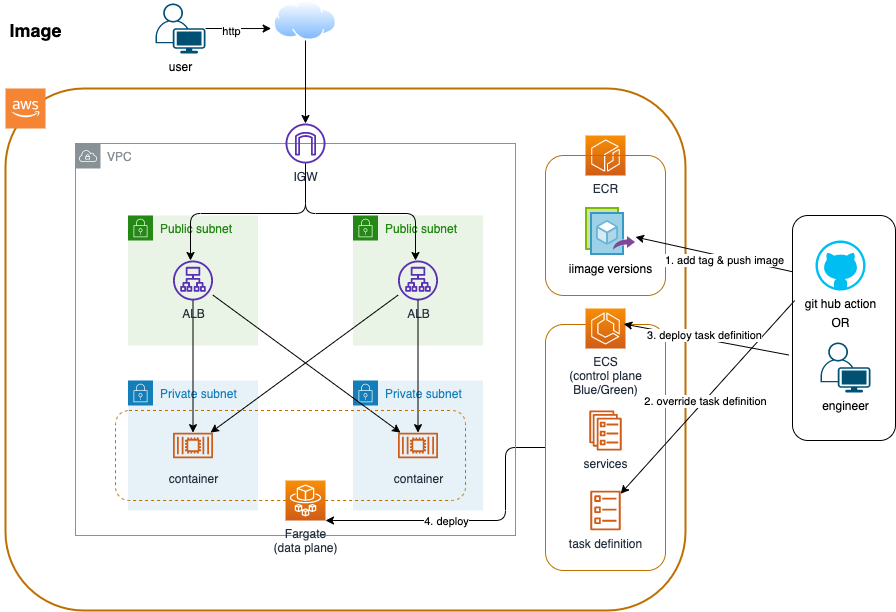
This is sample/modules/computing/fargate_alb/image.drawio.png from tomoki171923/terraform-aws, a draw.io export, as it was before one commit. Source tidied: cells renumbered, new cells last; positions are measured from the earlier drawing's top-left corner, leaving out a move shared by most shapes.
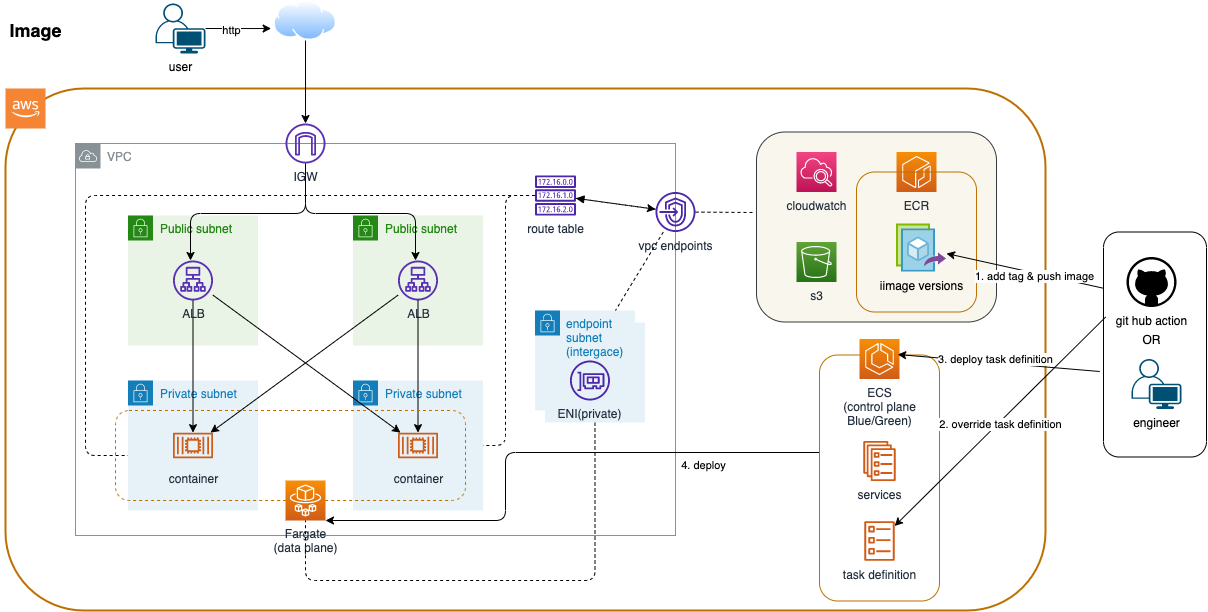
After the commit.

Change to the diagram source:
```diff
@@ -3,27 +3,33 @@
     <mxCell id="0" />
     <mxCell id="1" parent="0" />
     <mxCell id="2" style="whiteSpace=wrap;html=1;fontColor=#000000;strokeColor=#BD7000;strokeWidth=2;rounded=1;fillColor=none;" parent="1" vertex="1">
-      <mxGeometry x="5" y="88" width="680" height="522" as="geometry" />
+      <mxGeometry x="5" y="88" width="1040" height="522" as="geometry" />
     </mxCell>
+    <mxCell id="46" style="whiteSpace=wrap;html=1;rounded=1;strokeWidth=1;fillColor=none;strokeColor=#000000;" parent="1" vertex="1">
+      <mxGeometry x="1103" y="231.5" width="103" height="225" as="geometry" />
+    </mxCell>
+    <mxCell id="48" style="whiteSpace=wrap;html=1;rounded=1;strokeWidth=1;strokeColor=#36393d;fillColor=#f9f7ed;" parent="1" vertex="1">
+      <mxGeometry x="756" y="131.5" width="240" height="190" as="geometry" />
+    </mxCell>
+    <mxCell id="6" value="VPC" style="gradientColor=none;html=1;whiteSpace=wrap;fontSize=12;fontStyle=0;shape=mxgraph.aws4.group;grIcon=mxgraph.aws4.group_vpc;strokeColor=#879196;fillColor=none;verticalAlign=top;align=left;spacingLeft=30;fontColor=#879196;dashed=0;" parent="1" vertex="1">
+      <mxGeometry x="75" y="143" width="600" height="392" as="geometry" />
+    </mxCell>
-    <mxCell id="3" style="edgeStyle=orthogonalEdgeStyle;jettySize=auto;html=1;labelBackgroundColor=#000000;fontColor=#000000;strokeColor=#000000;exitX=0;exitY=0.5;exitDx=0;exitDy=0;" parent="1" edge="1" source="5" target="43">
+    <mxCell id="3" style="edgeStyle=orthogonalEdgeStyle;jettySize=auto;html=1;labelBackgroundColor=#000000;fontColor=#000000;strokeColor=#000000;" parent="1" edge="1" source="5" target="43">
       <mxGeometry relative="1" as="geometry">
         <Array as="points">
-          <mxPoint x="505" y="447" />
+          <mxPoint x="505" y="452" />
           <mxPoint x="505" y="520" />
         </Array>
       </mxGeometry>
     </mxCell>
     <mxCell id="4" value="&lt;span style=&quot;background-color: rgb(255 , 255 , 255)&quot;&gt;4. deploy&lt;/span&gt;" style="edgeLabel;html=1;align=center;verticalAlign=middle;fontColor=#000000;" parent="3" vertex="1">
       <mxGeometry x="-0.88" y="-1" relative="1" as="geometry">
-        <mxPoint x="-82" y="74" as="offset" />
+        <mxPoint x="-82" y="14" as="offset" />
       </mxGeometry>
     </mxCell>
     <mxCell id="5" style="whiteSpace=wrap;html=1;rounded=1;strokeWidth=1;strokeColor=#BD7000;fontColor=#000000;fillColor=none;" parent="1" vertex="1">
-      <mxGeometry x="545" y="324" width="120" height="246" as="geometry" />
+      <mxGeometry x="819" y="354.5" width="120" height="246" as="geometry" />
     </mxCell>
-    <mxCell id="6" value="VPC" style="gradientColor=none;html=1;whiteSpace=wrap;fontSize=12;fontStyle=0;shape=mxgraph.aws4.group;grIcon=mxgraph.aws4.group_vpc;strokeColor=#879196;fillColor=none;verticalAlign=top;align=left;spacingLeft=30;fontColor=#879196;dashed=0;" parent="1" vertex="1">
-      <mxGeometry x="75" y="143" width="440" height="392" as="geometry" />
-    </mxCell>
     <mxCell id="7" value="Public subnet" style="gradientColor=none;html=1;whiteSpace=wrap;fontSize=12;fontStyle=0;shape=mxgraph.aws4.group;grIcon=mxgraph.aws4.group_security_group;grStroke=0;strokeColor=#248814;fillColor=#E9F3E6;verticalAlign=top;align=left;spacingLeft=30;fontColor=#248814;dashed=0;" parent="1" vertex="1">
       <mxGeometry x="127.5" y="215" width="130" height="130" as="geometry" />
     </mxCell>
@@ -34,7 +40,7 @@
       <mxGeometry x="127.5" y="380" width="130" height="130" as="geometry" />
     </mxCell>
     <mxCell id="10" value="ECR" style="fontColor=#232F3E;gradientColor=#F78E04;gradientDirection=north;fillColor=#D05C17;strokeColor=#ffffff;dashed=0;verticalLabelPosition=bottom;verticalAlign=top;align=center;html=1;fontSize=12;fontStyle=0;shape=mxgraph.aws4.resourceIcon;resIcon=mxgraph.aws4.ecr;" parent="1" vertex="1">
-      <mxGeometry x="585" y="135" width="40" height="40" as="geometry" />
+      <mxGeometry x="896" y="151.5" width="40" height="40" as="geometry" />
     </mxCell>
     <mxCell id="11" style="jettySize=auto;html=1;labelBackgroundColor=#000000;fontColor=#000000;strokeColor=#000000;" parent="1" edge="1" source="12" target="16">
       <mxGeometry relative="1" as="geometry" />
@@ -80,7 +86,7 @@
       <mxGeometry x="172.5" y="260" width="40" height="40" as="geometry" />
     </mxCell>
     <mxCell id="22" value="ECS&lt;br&gt;(control plane&lt;br&gt;Blue/Green)" style="fontColor=#232F3E;gradientColor=#F78E04;gradientDirection=north;fillColor=#D05C17;strokeColor=#ffffff;dashed=0;verticalLabelPosition=bottom;verticalAlign=top;align=center;html=1;fontSize=12;fontStyle=0;shape=mxgraph.aws4.resourceIcon;resIcon=mxgraph.aws4.ecs;" parent="1" vertex="1">
-      <mxGeometry x="585" y="308" width="40" height="40" as="geometry" />
+      <mxGeometry x="859" y="338.5" width="40" height="40" as="geometry" />
     </mxCell>
     <mxCell id="23" style="edgeStyle=orthogonalEdgeStyle;rounded=1;jettySize=auto;html=1;labelBackgroundColor=#000000;fontColor=#000000;strokeColor=#000000;exitX=0.5;exitY=1;exitDx=0;exitDy=0;" parent="1" edge="1" source="24" target="15">
       <mxGeometry relative="1" as="geometry" />
@@ -95,16 +101,16 @@
       <mxGeometry x="5" y="88" width="40" height="40" as="geometry" />
     </mxCell>
     <mxCell id="27" value="services" style="fontColor=#232F3E;gradientColor=none;fillColor=#D05C17;strokeColor=none;dashed=0;verticalLabelPosition=bottom;verticalAlign=top;align=center;html=1;fontSize=12;fontStyle=0;shape=mxgraph.aws4.ecs_service;rounded=1;" parent="1" vertex="1">
-      <mxGeometry x="588.6" y="410" width="32.8" height="40" as="geometry" />
+      <mxGeometry x="862.6" y="440.5" width="32.8" height="40" as="geometry" />
     </mxCell>
     <mxCell id="28" value="task definition" style="outlineConnect=0;fontColor=#232F3E;gradientColor=none;fillColor=#D05C17;strokeColor=none;dashed=0;verticalLabelPosition=bottom;verticalAlign=top;align=center;html=1;fontSize=12;fontStyle=0;shape=mxgraph.aws4.ecs_task;rounded=1;" parent="1" vertex="1">
-      <mxGeometry x="589.9" y="490" width="30.3" height="40" as="geometry" />
+      <mxGeometry x="863.9" y="520.5" width="30.3" height="40" as="geometry" />
     </mxCell>
     <mxCell id="29" style="whiteSpace=wrap;html=1;rounded=1;strokeWidth=1;strokeColor=#BD7000;fontColor=#000000;fillColor=none;" parent="1" vertex="1">
-      <mxGeometry x="545" y="155" width="120" height="140" as="geometry" />
+      <mxGeometry x="856" y="171.5" width="120" height="140" as="geometry" />
     </mxCell>
-    <mxCell id="30" value="&lt;span style=&quot;background-color: rgb(255 , 255 , 255)&quot;&gt;iimage versions&lt;/span&gt;" style="html=1;points=[];align=center;image;fontSize=12;image=img/lib/mscae/Image_Versions.svg;rounded=1;fontColor=#000000;strokeColor=#000000;strokeWidth=1;fillColor=none;" parent="1" vertex="1">
-      <mxGeometry x="585" y="207" width="50" height="48" as="geometry" />
+    <mxCell id="30" value="iimage versions" style="html=1;points=[];align=center;image;fontSize=12;image=img/lib/mscae/Image_Versions.svg;rounded=1;fontColor=#000000;strokeColor=#000000;strokeWidth=1;fillColor=none;imageBackground=none;labelBorderColor=none;labelBackgroundColor=none;" parent="1" vertex="1">
+      <mxGeometry x="896" y="223.5" width="50" height="48" as="geometry" />
     </mxCell>
     <mxCell id="31" style="edgeStyle=none;jettySize=auto;html=1;entryX=-0.041;entryY=0.701;entryDx=0;entryDy=0;entryPerimeter=0;labelBackgroundColor=#000000;fontColor=#000000;strokeColor=#000000;" parent="1" edge="1" source="33" target="24">
       <mxGeometry relative="1" as="geometry" />
@@ -116,9 +122,9 @@
       <mxGeometry x="155" y="3" width="50" height="50" as="geometry" />
     </mxCell>
     <mxCell id="34" style="group;" parent="1" vertex="1">
-      <mxGeometry x="815" y="240" width="55" height="152" as="geometry" />
+      <mxGeometry x="1126" y="256.5" width="55" height="152" as="geometry" />
     </mxCell>
-    <mxCell id="35" value="git hub action" style="verticalLabelPosition=bottom;html=1;verticalAlign=top;align=center;strokeColor=none;fillColor=#00BEF2;shape=mxgraph.azure.github_code;rounded=1;fontColor=#000000;" parent="34" vertex="1">
+    <mxCell id="35" value="git hub action" style="verticalLabelPosition=bottom;html=1;verticalAlign=top;align=center;strokeColor=none;fillColor=#000000;shape=mxgraph.azure.github_code;rounded=1;fontColor=#000000;" parent="34" vertex="1">
       <mxGeometry width="50" height="50" as="geometry" />
     </mxCell>
     <mxCell id="36" value="OR" style="text;html=1;align=center;verticalAlign=middle;strokeColor=none;fontColor=#000000;" parent="34" vertex="1">
@@ -155,11 +161,70 @@
     <mxCell id="45" value="&lt;span style=&quot;background-color: rgb(255 , 255 , 255)&quot;&gt;3. deploy task definition&lt;/span&gt;" style="edgeLabel;html=1;align=center;verticalAlign=middle;fontColor=#000000;" parent="44" vertex="1">
       <mxGeometry x="0.04" y="-4" relative="1" as="geometry" />
     </mxCell>
-    <mxCell id="46" style="whiteSpace=wrap;html=1;rounded=1;strokeWidth=1;fillColor=none;strokeColor=#000000;" parent="1" vertex="1">
-      <mxGeometry x="792" y="215" width="103" height="225" as="geometry" />
-    </mxCell>
     <mxCell id="47" value="&lt;font color=&quot;#000000&quot;&gt;&lt;span style=&quot;font-size: 18px&quot;&gt;&lt;b&gt;Image&lt;/b&gt;&lt;/span&gt;&lt;/font&gt;" style="text;html=1;align=center;verticalAlign=middle;strokeColor=none;" parent="1" vertex="1">
       <mxGeometry y="20" width="70" height="20" as="geometry" />
     </mxCell>
+    <mxCell id="49" style="edgeStyle=none;html=1;dashed=1;fontColor=#000000;startArrow=none;startFill=0;strokeColor=#000000;endArrow=none;endFill=0;" parent="1" edge="1" source="50">
+      <mxGeometry relative="1" as="geometry">
+        <mxPoint x="755" y="212" as="targetPoint" />
+      </mxGeometry>
+    </mxCell>
+    <mxCell id="50" value="vpc endpoints" style="sketch=0;outlineConnect=0;fontColor=#232F3E;gradientColor=none;fillColor=#4D27AA;strokeColor=none;dashed=0;verticalLabelPosition=bottom;verticalAlign=top;align=center;html=1;fontSize=12;fontStyle=0;shape=mxgraph.aws4.endpoints;" parent="1" vertex="1">
+      <mxGeometry x="655" y="191.5" width="40" height="40" as="geometry" />
+    </mxCell>
+    <mxCell id="51" value="cloudwatch" style="sketch=0;fontColor=#232F3E;gradientColor=#F34482;gradientDirection=north;fillColor=#BC1356;strokeColor=#ffffff;dashed=0;verticalLabelPosition=bottom;verticalAlign=top;align=center;html=1;fontSize=12;fontStyle=0;shape=mxgraph.aws4.resourceIcon;resIcon=mxgraph.aws4.cloudwatch_2;" parent="1" vertex="1">
+      <mxGeometry x="796" y="151.5" width="40" height="40" as="geometry" />
+    </mxCell>
+    <mxCell id="52" value="s3" style="sketch=0;fontColor=#232F3E;gradientColor=#60A337;gradientDirection=north;fillColor=#277116;strokeColor=#ffffff;dashed=0;verticalLabelPosition=bottom;verticalAlign=top;align=center;html=1;fontSize=12;fontStyle=0;shape=mxgraph.aws4.resourceIcon;resIcon=mxgraph.aws4.s3;" parent="1" vertex="1">
+      <mxGeometry x="796" y="241.5" width="40" height="40" as="geometry" />
+    </mxCell>
+    <mxCell id="53" style="edgeStyle=orthogonalEdgeStyle;jettySize=auto;html=1;labelBackgroundColor=#000000;fontColor=#000000;strokeColor=#000000;dashed=1;startArrow=none;startFill=0;exitX=0.5;exitY=1;exitDx=0;exitDy=0;endArrow=none;endFill=0;" parent="1" edge="1" source="57" target="43">
+      <mxGeometry relative="1" as="geometry">
+        <Array as="points">
+          <mxPoint x="595" y="580" />
+          <mxPoint x="305" y="580" />
+        </Array>
+      </mxGeometry>
+    </mxCell>
+    <mxCell id="54" style="edgeStyle=none;html=1;dashed=1;fontColor=#000000;startArrow=block;startFill=1;" parent="1" edge="1" source="55" target="50">
+      <mxGeometry relative="1" as="geometry" />
+    </mxCell>
+    <mxCell id="55" value="route table" style="sketch=0;outlineConnect=0;fontColor=#232F3E;gradientColor=none;fillColor=#4D27AA;strokeColor=none;dashed=0;verticalLabelPosition=bottom;verticalAlign=top;align=center;html=1;fontSize=12;fontStyle=0;shape=mxgraph.aws4.route_table;labelBackgroundColor=none;labelBorderColor=none;" parent="1" vertex="1">
+      <mxGeometry x="534.5" y="175" width="41.1" height="40" as="geometry" />
+    </mxCell>
+    <mxCell id="56" style="group;" parent="1" vertex="1">
+      <mxGeometry x="534.5" y="310" width="110" height="112" as="geometry" />
+    </mxCell>
+    <mxCell id="57" value="endpoint subnet" style="points=[[0,0],[0.25,0],[0.5,0],[0.75,0],[1,0],[1,0.25],[1,0.5],[1,0.75],[1,1],[0.75,1],[0.5,1],[0.25,1],[0,1],[0,0.75],[0,0.5],[0,0.25]];outlineConnect=0;gradientColor=none;html=1;whiteSpace=wrap;fontSize=12;fontStyle=0;shape=mxgraph.aws4.group;grIcon=mxgraph.aws4.group_security_group;grStroke=0;strokeColor=#147EBA;fillColor=#E6F2F8;verticalAlign=top;align=left;spacingLeft=30;fontColor=#147EBA;dashed=0;" parent="56" vertex="1">
+      <mxGeometry x="10" y="12" width="100" height="100" as="geometry" />
+    </mxCell>
+    <mxCell id="58" value="endpoint subnet&lt;br&gt;(intergace)" style="points=[[0,0],[0.25,0],[0.5,0],[0.75,0],[1,0],[1,0.25],[1,0.5],[1,0.75],[1,1],[0.75,1],[0.5,1],[0.25,1],[0,1],[0,0.75],[0,0.5],[0,0.25]];outlineConnect=0;gradientColor=none;html=1;whiteSpace=wrap;fontSize=12;fontStyle=0;shape=mxgraph.aws4.group;grIcon=mxgraph.aws4.group_security_group;grStroke=0;strokeColor=#147EBA;fillColor=#E6F2F8;verticalAlign=top;align=left;spacingLeft=30;fontColor=#147EBA;dashed=0;" parent="56" vertex="1">
+      <mxGeometry width="100" height="100" as="geometry" />
+    </mxCell>
+    <mxCell id="59" value="ENI(private)" style="sketch=0;fontColor=#232F3E;gradientColor=none;fillColor=#4D27AA;strokeColor=none;dashed=0;verticalLabelPosition=bottom;verticalAlign=top;align=center;html=1;fontSize=12;fontStyle=0;shape=mxgraph.aws4.elastic_network_interface;labelBackgroundColor=none;labelBorderColor=none;" parent="56" vertex="1">
+      <mxGeometry x="35" y="50" width="40" height="40" as="geometry" />
+    </mxCell>
+    <mxCell id="60" style="edgeStyle=none;html=1;dashed=1;fontColor=#000000;startArrow=none;startFill=0;strokeColor=#000000;endArrow=none;endFill=0;" parent="1" edge="1" source="50" target="58">
+      <mxGeometry relative="1" as="geometry" />
+    </mxCell>
+    <mxCell id="61" style="edgeStyle=none;html=1;dashed=1;fontColor=#000000;startArrow=none;startFill=0;strokeColor=#000000;endArrow=none;endFill=0;" parent="1" edge="1" source="50" target="55">
+      <mxGeometry relative="1" as="geometry" />
+    </mxCell>
+    <mxCell id="62" style="edgeStyle=orthogonalEdgeStyle;jettySize=auto;html=1;labelBackgroundColor=#000000;fontColor=#000000;strokeColor=#000000;dashed=1;startArrow=none;startFill=0;endArrow=none;endFill=0;" parent="1" edge="1" source="55" target="17">
+      <mxGeometry relative="1" as="geometry">
+        <Array as="points">
+          <mxPoint x="505" y="195" />
+          <mxPoint x="505" y="445" />
+        </Array>
+      </mxGeometry>
+    </mxCell>
+    <mxCell id="63" style="edgeStyle=orthogonalEdgeStyle;jettySize=auto;html=1;labelBackgroundColor=#000000;fontColor=#000000;strokeColor=#000000;dashed=1;startArrow=none;startFill=0;endArrow=none;endFill=0;" parent="1" edge="1" source="55" target="9">
+      <mxGeometry relative="1" as="geometry">
+        <Array as="points">
+          <mxPoint x="85" y="195" />
+          <mxPoint x="85" y="455" />
+        </Array>
+      </mxGeometry>
+    </mxCell>
   </root>
 </mxGraphModel>
```
